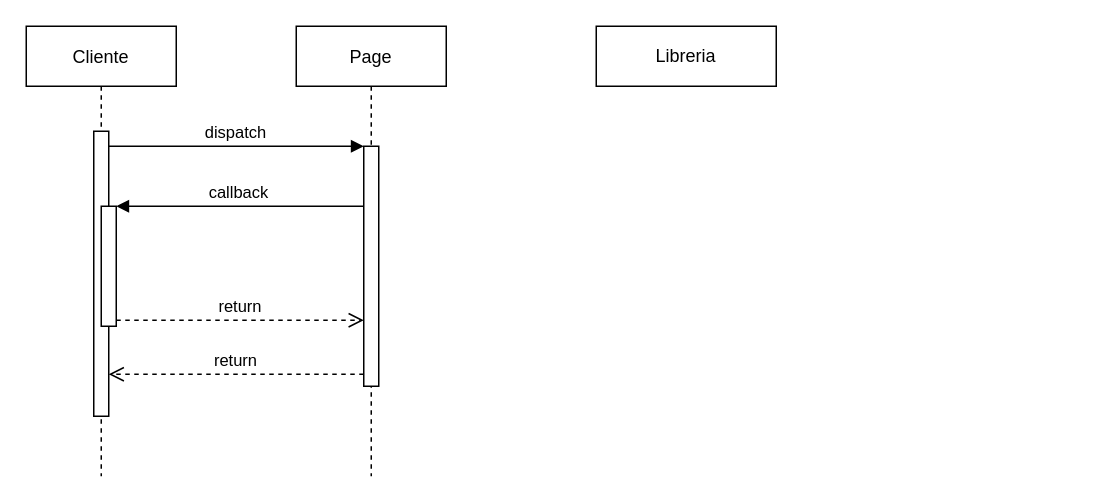
Before: Diagrama sin título.drawio in NicoJimenez123/tareas, a draw.io diagram. Source tidied: cells renumbered, new cells numbered last; positions are measured from the earlier drawing's top-left corner, leaving out a move shared by most shapes. Both pictures are drawn from the tidied source at 150%, with x=0, y=0 at pixel (26, 26).
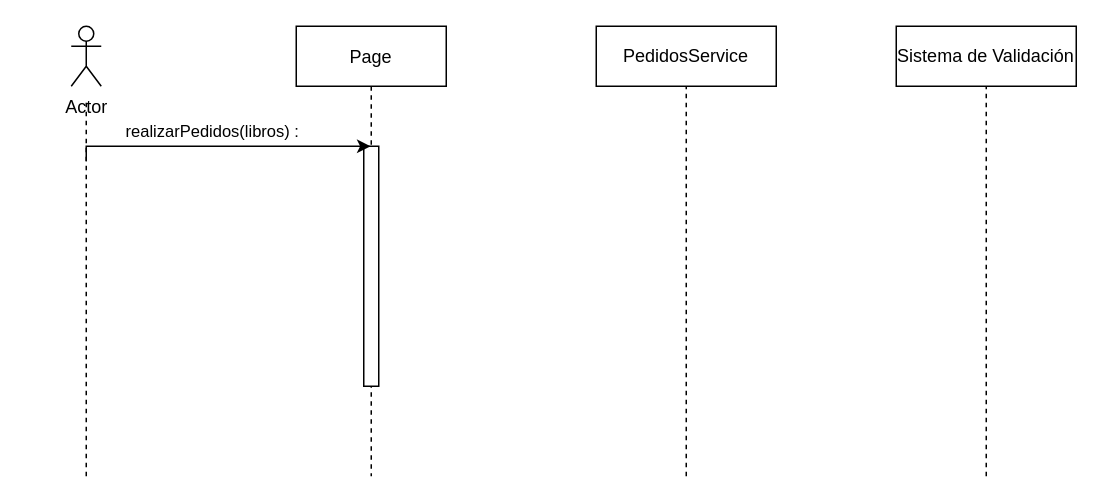
The same diagram, later.

What changed in the source:
```diff
@@
 <mxGraphModel>
   <root>
     <mxCell id="0" />
     <mxCell id="1" parent="0" />
-    <mxCell id="2" value="Cliente" style="shape=umlLifeline;perimeter=lifelinePerimeter;rounded=0;shadow=0;strokeWidth=1;" parent="1" vertex="1">
-      <mxGeometry width="100" height="300" as="geometry" />
-    </mxCell>
-    <mxCell id="3" style="points=[];perimeter=orthogonalPerimeter;rounded=0;shadow=0;strokeWidth=1;" parent="2" vertex="1">
-      <mxGeometry x="45" y="70" width="10" height="190" as="geometry" />
-    </mxCell>
-    <mxCell id="4" style="points=[];perimeter=orthogonalPerimeter;rounded=0;shadow=0;strokeWidth=1;" parent="2" vertex="1">
-      <mxGeometry x="50" y="120" width="10" height="80" as="geometry" />
-    </mxCell>
     <mxCell id="5" value="Page" style="shape=umlLifeline;perimeter=lifelinePerimeter;rounded=0;shadow=0;strokeWidth=1;" parent="1" vertex="1">
       <mxGeometry x="180" width="100" height="300" as="geometry" />
     </mxCell>
     <mxCell id="6" style="points=[];perimeter=orthogonalPerimeter;rounded=0;shadow=0;strokeWidth=1;" parent="5" vertex="1">
       <mxGeometry x="45" y="80" width="10" height="160" as="geometry" />
     </mxCell>
-    <mxCell id="7" value="return" style="verticalAlign=bottom;endArrow=open;dashed=1;endSize=8;exitX=0;exitY=0.95;shadow=0;strokeWidth=1;" parent="1" edge="1" source="6" target="3">
-      <mxGeometry relative="1" as="geometry" />
-    </mxCell>
-    <mxCell id="8" value="dispatch" style="verticalAlign=bottom;endArrow=block;entryX=0;entryY=0;shadow=0;strokeWidth=1;" parent="1" edge="1" source="3" target="6">
-      <mxGeometry relative="1" as="geometry" />
-    </mxCell>
-    <mxCell id="9" value="callback" style="verticalAlign=bottom;endArrow=block;entryX=1;entryY=0;shadow=0;strokeWidth=1;" parent="1" edge="1" source="6" target="4">
-      <mxGeometry relative="1" as="geometry" />
-    </mxCell>
-    <mxCell id="10" value="return" style="verticalAlign=bottom;endArrow=open;dashed=1;endSize=8;exitX=1;exitY=0.95;shadow=0;strokeWidth=1;" parent="1" edge="1" source="4" target="6">
-      <mxGeometry relative="1" as="geometry" />
-    </mxCell>
-    <mxCell id="11" value="Libreria" style="whiteSpace=wrap;html=1;" parent="1" vertex="1">
+    <mxCell id="11" value="PedidosService" style="whiteSpace=wrap;html=1;" parent="1" vertex="1">
       <mxGeometry x="380" width="120" height="40" as="geometry" />
     </mxCell>
+    <mxCell id="12" style="edgeStyle=orthogonalEdgeStyle;rounded=0;jettySize=auto;html=1;" parent="1" edge="1" target="5">
+      <mxGeometry relative="1" as="geometry">
+        <mxPoint x="40" y="90" as="sourcePoint" />
+        <Array as="points">
+          <mxPoint x="40" y="80" />
+        </Array>
+      </mxGeometry>
+    </mxCell>
+    <mxCell id="13" value="&lt;div&gt;realizarPedidos(libros) :&lt;/div&gt;" style="edgeLabel;html=1;align=center;verticalAlign=middle;" parent="12" vertex="1">
+      <mxGeometry x="-0.37" relative="1" as="geometry">
+        <mxPoint x="30" y="-11" as="offset" />
+      </mxGeometry>
+    </mxCell>
+    <mxCell id="14" value="Sistema de Validación" style="whiteSpace=wrap;html=1;" parent="1" vertex="1">
+      <mxGeometry x="580" width="120" height="40" as="geometry" />
+    </mxCell>
+    <mxCell id="15" style="endArrow=none;dashed=1;html=1;rounded=0;entryX=0.5;entryY=1;entryDx=0;entryDy=0;" parent="1" edge="1" target="11">
+      <mxGeometry relative="1" as="geometry">
+        <mxPoint x="440" y="300" as="sourcePoint" />
+      </mxGeometry>
+    </mxCell>
+    <mxCell id="16" style="endArrow=none;dashed=1;html=1;rounded=0;entryX=0.5;entryY=1;entryDx=0;entryDy=0;" parent="1" edge="1" target="14">
+      <mxGeometry relative="1" as="geometry">
+        <mxPoint x="640" y="300" as="sourcePoint" />
+      </mxGeometry>
+    </mxCell>
+    <mxCell id="17" value="Actor" style="shape=umlActor;verticalLabelPosition=bottom;verticalAlign=top;html=1;" parent="1" vertex="1">
+      <mxGeometry x="30" width="20" height="40" as="geometry" />
+    </mxCell>
+    <mxCell id="18" style="endArrow=none;dashed=1;html=1;rounded=0;" parent="1" edge="1">
+      <mxGeometry relative="1" as="geometry">
+        <mxPoint x="40" y="300" as="sourcePoint" />
+        <mxPoint x="40" y="50" as="targetPoint" />
+      </mxGeometry>
+    </mxCell>
   </root>
 </mxGraphModel>
```
